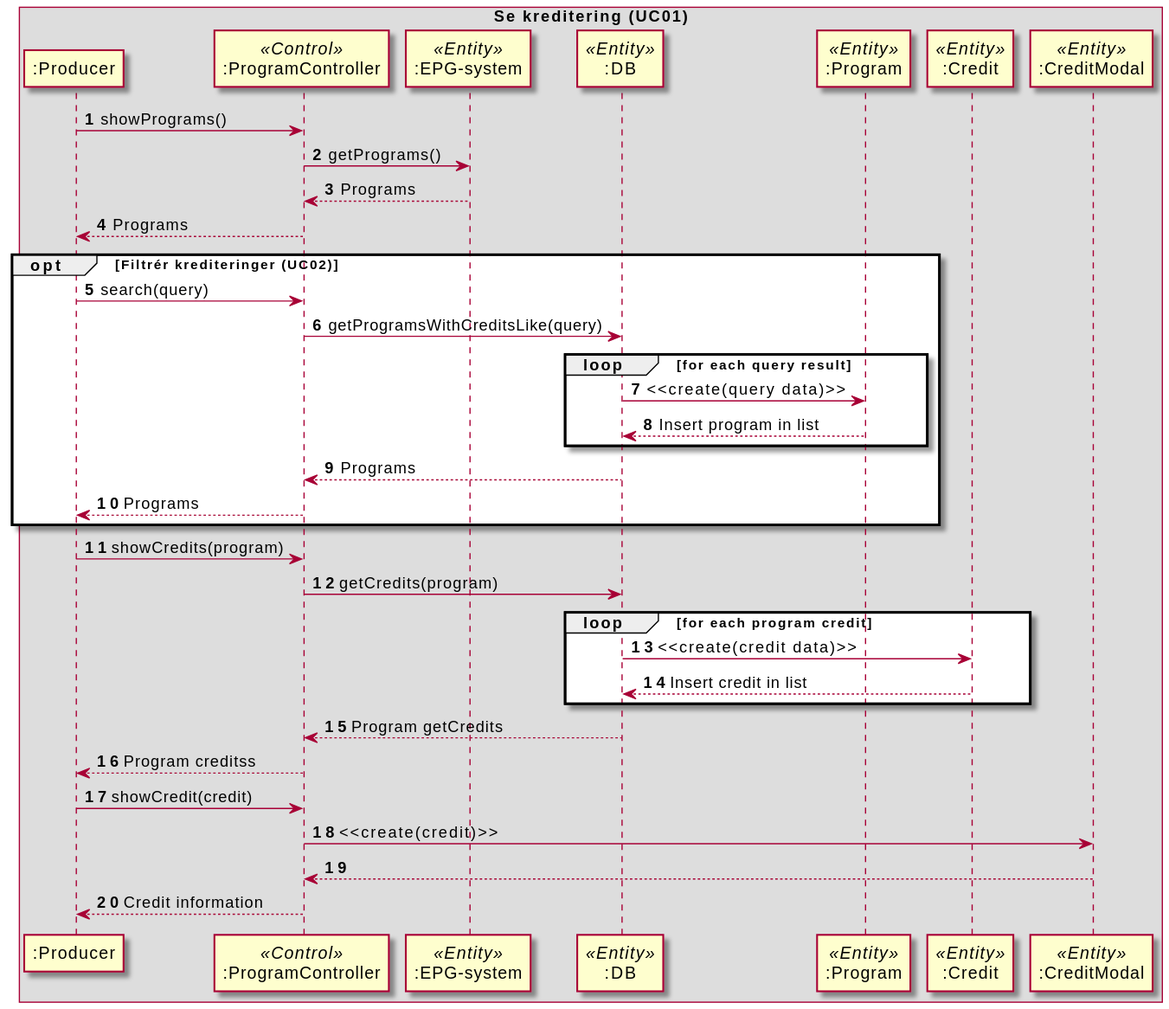
Before: uml/sequence_diagrams/operation/UC01_show_credit.svg, a diagram exported from PlantUML (amatzen/SE02-SE-G02-SPRO).
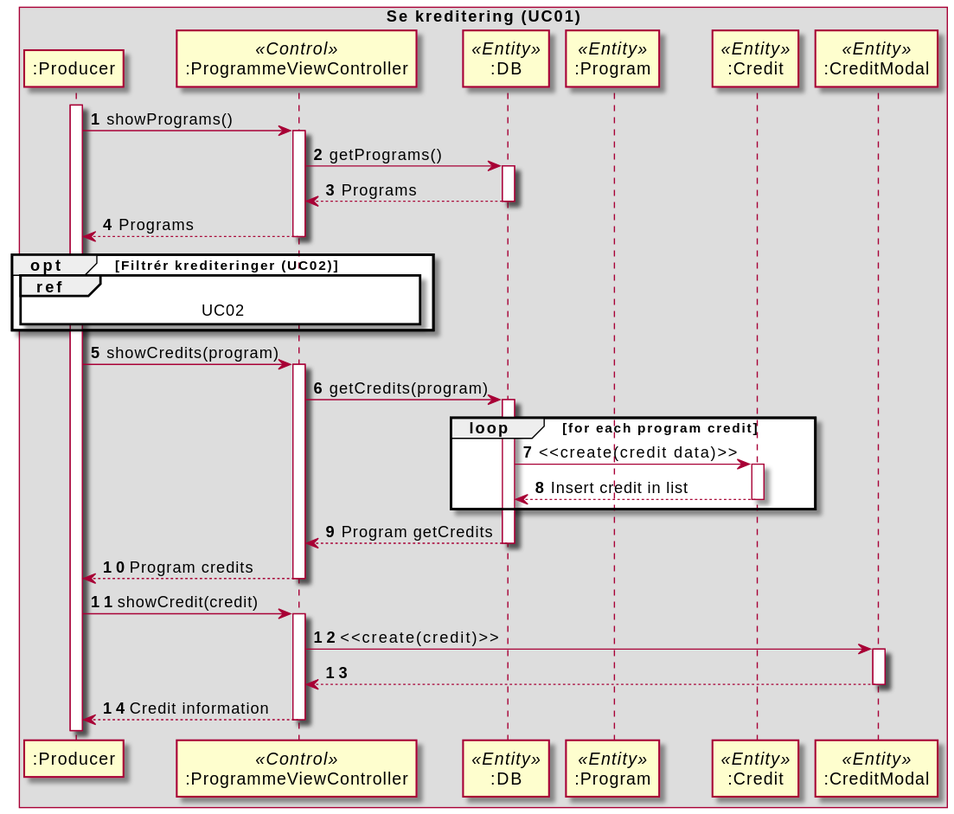
After the commit.

Diff of the diagram source:
```diff
@@ -4,42 +4,51 @@
 
 box Se kreditering (UC01)
     participant ":Producer" as producer
-    participant ":ProgramController" as programController <<Control>>
-    participant ":EPG-system" as epg <<Entity>>
+    participant ":ProgrammeViewController" as programController <<Control>>
     participant ":DB" as db <<Entity>>
     participant ":Program" as program <<Entity>>
     participant ":Credit" as credit <<Entity>>
     participant ":CreditModal" as creditModal <<Entity>>
 end box
 
+activate producer
 producer -> programController : showPrograms()
-programController -> epg : getPrograms()
-programController <-- epg : Programs
+activate programController
+programController -> db : getPrograms()
+activate db
+programController <-- db : Programs
+deactivate db
 producer <-- programController : Programs
+deactivate programController
 
 opt Filtrér krediteringer (UC02)
-    producer -> programController : search(query)
-    programController -> db : getProgramsWithCreditsLike(query)
-    loop for each query result
-        db -> program : <<create(query data)>>
-        db <-- program : Insert program in list
-    end
-    programController <-- db : Programs
-    producer <-- programController : Programs
+    ref over producer, programController : UC02
 end
 
 producer -> programController : showCredits(program)
+activate programController
 programController -> db : getCredits(program)
+activate db
+
 loop for each program credit
 db -> credit : <<create(credit data)>>
+activate credit
 db <-- credit : Insert credit in list
+deactivate credit
 end
+
 programController <-- db : Program getCredits
-producer <-- programController : Program creditss
+deactivate db
+producer <-- programController : Program credits
+deactivate programController
 
 producer -> programController : showCredit(credit)
+activate programController
 programController -> creditModal : <<create(credit)>>
+activate creditModal
 programController <-- creditModal
+deactivate creditModal
 producer <-- programController : Credit information
+deactivate programController
 
 @enduml
```
